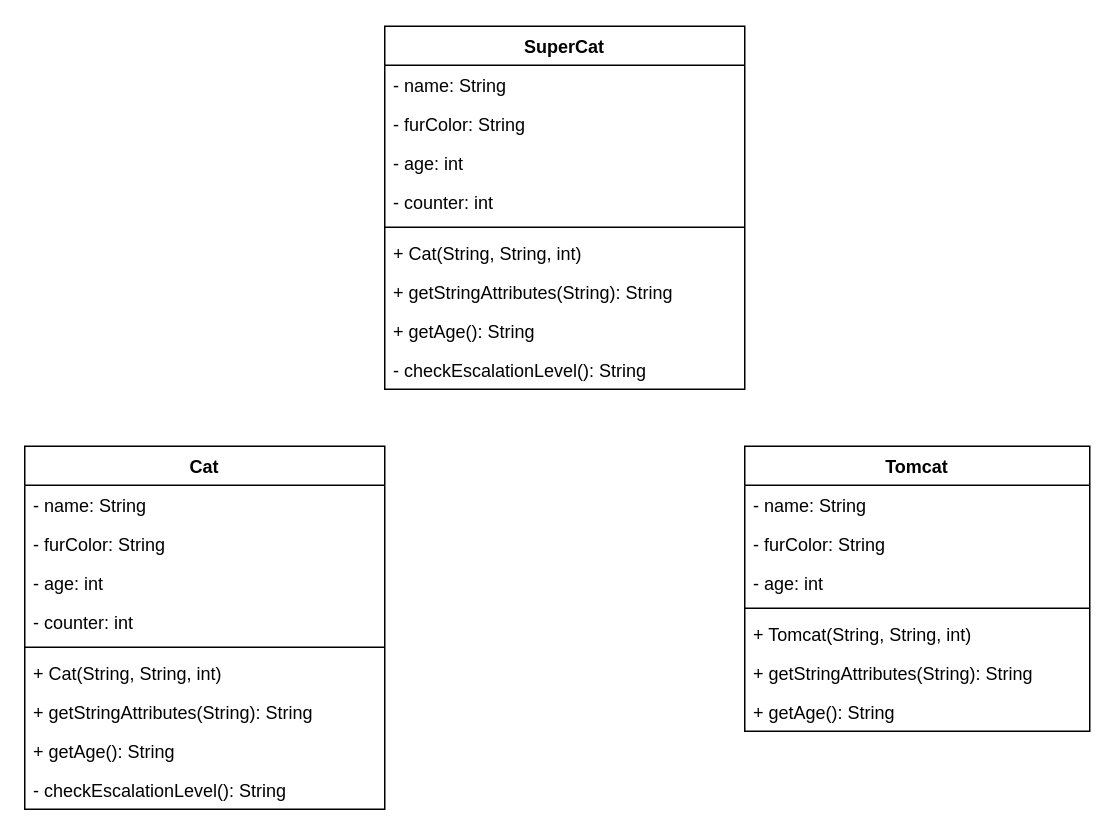
Before: page "Cat_Tomcat_SuperCat" (3 of 3) of klassendiagramm.drawio in emcc01/03_Inheritance_Vererbung1, a draw.io diagram. Source tidied: cells renumbered, new cells numbered last; positions are measured from the earlier drawing's top-left corner, leaving out a move shared by most shapes. Both pictures are drawn from the tidied source at 150%, with x=0, y=0 at pixel (24, 26).
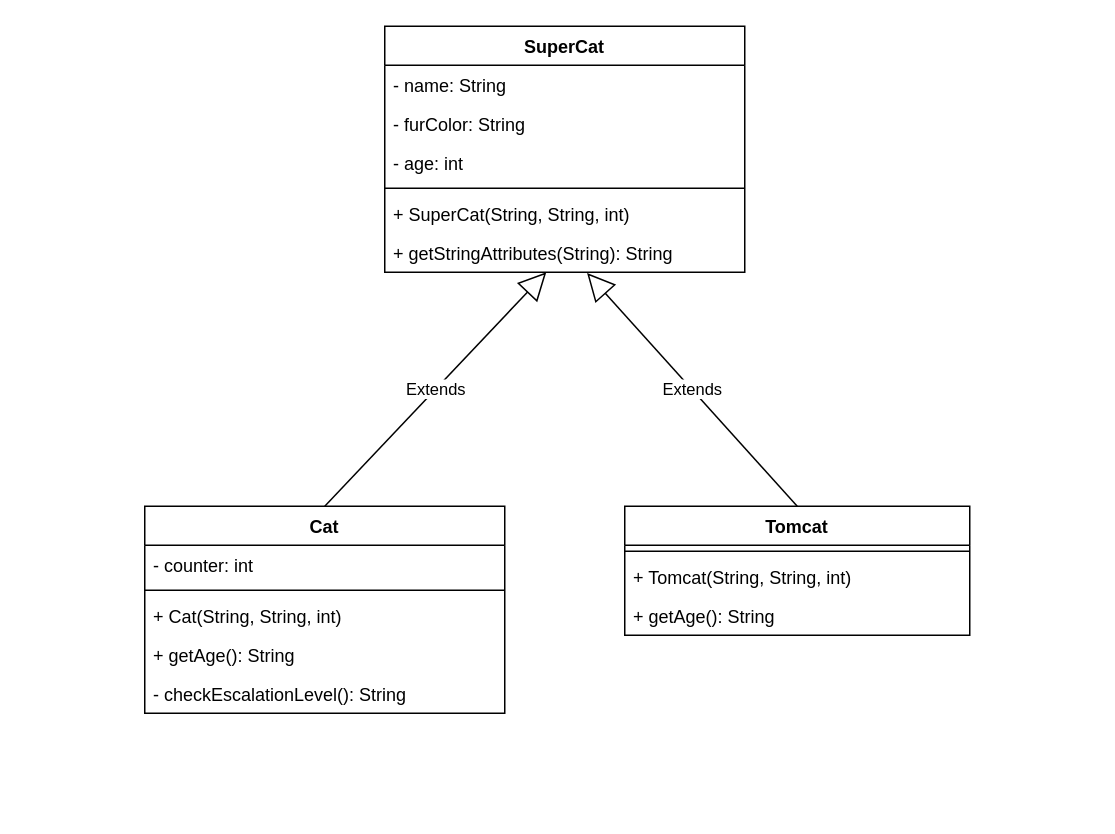
After the change.

Commit message:
SuperCat / Klassendiagramm

Change to the diagram source:
```diff
@@
     <mxCell id="2" value="Cat" style="swimlane;fontStyle=1;align=center;verticalAlign=top;horizontal=1;startSize=26;" parent="1" vertex="1">
-      <mxGeometry y="280" width="240" height="242" as="geometry" />
+      <mxGeometry x="80" y="320" width="240" height="138" as="geometry" />
     </mxCell>
-    <mxCell id="3" value="- name: String" style="text;strokeColor=none;fillColor=none;align=left;verticalAlign=top;spacingLeft=4;spacingRight=4;overflow=hidden;" parent="2" vertex="1">
-      <mxGeometry y="26" width="240" height="26" as="geometry" />
-    </mxCell>
-    <mxCell id="4" value="- furColor: String" style="text;strokeColor=none;fillColor=none;align=left;verticalAlign=top;spacingLeft=4;spacingRight=4;overflow=hidden;" parent="2" vertex="1">
-      <mxGeometry y="52" width="240" height="26" as="geometry" />
-    </mxCell>
-    <mxCell id="5" value="- age: int" style="text;strokeColor=none;fillColor=none;align=left;verticalAlign=top;spacingLeft=4;spacingRight=4;overflow=hidden;" parent="2" vertex="1">
-      <mxGeometry y="78" width="240" height="26" as="geometry" />
-    </mxCell>
     <mxCell id="6" value="- counter: int" style="text;strokeColor=none;fillColor=none;align=left;verticalAlign=top;spacingLeft=4;spacingRight=4;overflow=hidden;" parent="2" vertex="1">
-      <mxGeometry y="104" width="240" height="26" as="geometry" />
+      <mxGeometry y="26" width="240" height="26" as="geometry" />
     </mxCell>
     <mxCell id="7" style="line;strokeWidth=1;fillColor=none;align=left;verticalAlign=middle;spacingTop=-1;spacingLeft=3;spacingRight=3;labelPosition=right;strokeColor=inherit;" parent="2" vertex="1">
-      <mxGeometry y="130" width="240" height="8" as="geometry" />
+      <mxGeometry y="52" width="240" height="8" as="geometry" />
     </mxCell>
     <mxCell id="8" value="+ Cat(String, String, int)" style="text;strokeColor=none;fillColor=none;align=left;verticalAlign=top;spacingLeft=4;spacingRight=4;overflow=hidden;" parent="2" vertex="1">
-      <mxGeometry y="138" width="240" height="26" as="geometry" />
+      <mxGeometry y="60" width="240" height="26" as="geometry" />
     </mxCell>
-    <mxCell id="9" value="+ getStringAttributes(String): String" style="text;strokeColor=none;fillColor=none;align=left;verticalAlign=top;spacingLeft=4;spacingRight=4;overflow=hidden;" parent="2" vertex="1">
-      <mxGeometry y="164" width="240" height="26" as="geometry" />
-    </mxCell>
     <mxCell id="10" value="+ getAge(): String" style="text;strokeColor=none;fillColor=none;align=left;verticalAlign=top;spacingLeft=4;spacingRight=4;overflow=hidden;" parent="2" vertex="1">
-      <mxGeometry y="190" width="240" height="26" as="geometry" />
+      <mxGeometry y="86" width="240" height="26" as="geometry" />
     </mxCell>
     <mxCell id="11" value="- checkEscalationLevel(): String" style="text;strokeColor=none;fillColor=none;align=left;verticalAlign=top;spacingLeft=4;spacingRight=4;overflow=hidden;" parent="2" vertex="1">
-      <mxGeometry y="216" width="240" height="26" as="geometry" />
+      <mxGeometry y="112" width="240" height="26" as="geometry" />
     </mxCell>
     <mxCell id="12" value="Tomcat" style="swimlane;fontStyle=1;align=center;verticalAlign=top;horizontal=1;startSize=26;" parent="1" vertex="1">
-      <mxGeometry x="480" y="280" width="230" height="190" as="geometry" />
+      <mxGeometry x="400" y="320" width="230" height="86" as="geometry" />
     </mxCell>
-    <mxCell id="13" value="- name: String" style="text;strokeColor=none;fillColor=none;align=left;verticalAlign=top;spacingLeft=4;spacingRight=4;overflow=hidden;" parent="12" vertex="1">
-      <mxGeometry y="26" width="230" height="26" as="geometry" />
-    </mxCell>
-    <mxCell id="14" value="- furColor: String" style="text;strokeColor=none;fillColor=none;align=left;verticalAlign=top;spacingLeft=4;spacingRight=4;overflow=hidden;" parent="12" vertex="1">
-      <mxGeometry y="52" width="230" height="26" as="geometry" />
-    </mxCell>
-    <mxCell id="15" value="- age: int" style="text;strokeColor=none;fillColor=none;align=left;verticalAlign=top;spacingLeft=4;spacingRight=4;overflow=hidden;" parent="12" vertex="1">
-      <mxGeometry y="78" width="230" height="26" as="geometry" />
-    </mxCell>
     <mxCell id="16" style="line;strokeWidth=1;fillColor=none;align=left;verticalAlign=middle;spacingTop=-1;spacingLeft=3;spacingRight=3;labelPosition=right;strokeColor=inherit;" parent="12" vertex="1">
-      <mxGeometry y="104" width="230" height="8" as="geometry" />
+      <mxGeometry y="26" width="230" height="8" as="geometry" />
     </mxCell>
     <mxCell id="17" value="+ Tomcat(String, String, int)" style="text;strokeColor=none;fillColor=none;align=left;verticalAlign=top;spacingLeft=4;spacingRight=4;overflow=hidden;" parent="12" vertex="1">
-      <mxGeometry y="112" width="230" height="26" as="geometry" />
+      <mxGeometry y="34" width="230" height="26" as="geometry" />
     </mxCell>
-    <mxCell id="18" value="+ getStringAttributes(String): String" style="text;strokeColor=none;fillColor=none;align=left;verticalAlign=top;spacingLeft=4;spacingRight=4;overflow=hidden;" parent="12" vertex="1">
-      <mxGeometry y="138" width="230" height="26" as="geometry" />
-    </mxCell>
     <mxCell id="19" value="+ getAge(): String" style="text;strokeColor=none;fillColor=none;align=left;verticalAlign=top;spacingLeft=4;spacingRight=4;overflow=hidden;" parent="12" vertex="1">
-      <mxGeometry y="164" width="230" height="26" as="geometry" />
+      <mxGeometry y="60" width="230" height="26" as="geometry" />
     </mxCell>
     <mxCell id="20" value="SuperCat" style="swimlane;fontStyle=1;align=center;verticalAlign=top;horizontal=1;startSize=26;" parent="1" vertex="1">
-      <mxGeometry x="240" width="240" height="242" as="geometry" />
+      <mxGeometry x="240" width="240" height="164" as="geometry" />
     </mxCell>
@@
-    <mxCell id="24" value="- counter: int" style="text;strokeColor=none;fillColor=none;align=left;verticalAlign=top;spacingLeft=4;spacingRight=4;overflow=hidden;" parent="20" vertex="1">
-      <mxGeometry y="104" width="240" height="26" as="geometry" />
-    </mxCell>
     <mxCell id="25" style="line;strokeWidth=1;fillColor=none;align=left;verticalAlign=middle;spacingTop=-1;spacingLeft=3;spacingRight=3;labelPosition=right;strokeColor=inherit;" parent="20" vertex="1">
-      <mxGeometry y="130" width="240" height="8" as="geometry" />
+      <mxGeometry y="104" width="240" height="8" as="geometry" />
     </mxCell>
-    <mxCell id="26" value="+ Cat(String, String, int)" style="text;strokeColor=none;fillColor=none;align=left;verticalAlign=top;spacingLeft=4;spacingRight=4;overflow=hidden;" parent="20" vertex="1">
-      <mxGeometry y="138" width="240" height="26" as="geometry" />
+    <mxCell id="26" value="+ SuperCat(String, String, int)" style="text;strokeColor=none;fillColor=none;align=left;verticalAlign=top;spacingLeft=4;spacingRight=4;overflow=hidden;" parent="20" vertex="1">
+      <mxGeometry y="112" width="240" height="26" as="geometry" />
     </mxCell>
     <mxCell id="27" value="+ getStringAttributes(String): String" style="text;strokeColor=none;fillColor=none;align=left;verticalAlign=top;spacingLeft=4;spacingRight=4;overflow=hidden;points=[[0,0.5],[1,0.5]];portConstraint=eastwest;" parent="20" vertex="1">
-      <mxGeometry y="164" width="240" height="26" as="geometry" />
+      <mxGeometry y="138" width="240" height="26" as="geometry" />
     </mxCell>
-    <mxCell id="28" value="+ getAge(): String" style="text;strokeColor=none;fillColor=none;align=left;verticalAlign=top;spacingLeft=4;spacingRight=4;overflow=hidden;" parent="20" vertex="1">
-      <mxGeometry y="190" width="240" height="26" as="geometry" />
-    </mxCell>
-    <mxCell id="29" value="- checkEscalationLevel(): String" style="text;strokeColor=none;fillColor=none;align=left;verticalAlign=top;spacingLeft=4;spacingRight=4;overflow=hidden;" parent="20" vertex="1">
-      <mxGeometry y="216" width="240" height="26" as="geometry" />
-    </mxCell>
+    <mxCell id="30" value="Extends" style="endArrow=block;endSize=16;endFill=0;html=1;exitX=0.5;exitY=0;exitDx=0;exitDy=0;" parent="1" edge="1" source="2" target="27">
+      <mxGeometry relative="1" as="geometry" />
+    </mxCell>
+    <mxCell id="31" value="Extends" style="endArrow=block;endSize=16;endFill=0;html=1;entryX=0.562;entryY=1.02;entryDx=0;entryDy=0;entryPerimeter=0;exitX=0.5;exitY=0;exitDx=0;exitDy=0;" parent="1" edge="1" source="12" target="27">
+      <mxGeometry relative="1" as="geometry" />
+    </mxCell>
```
